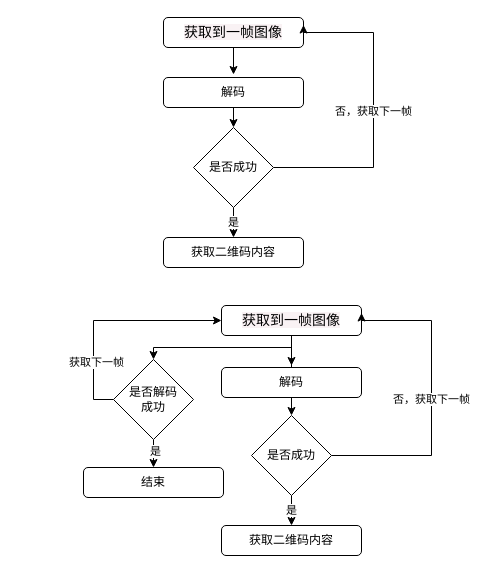
Above: scan_paral.drawio in 458556778/zp (draw.io), before the change. Source tidied: cells renumbered, new cells numbered last; positions are measured from the earlier drawing's top-left corner, leaving out a move shared by most shapes. Both pictures are drawn from the tidied source at 100%, with x=0, y=0 at pixel (83, 17).
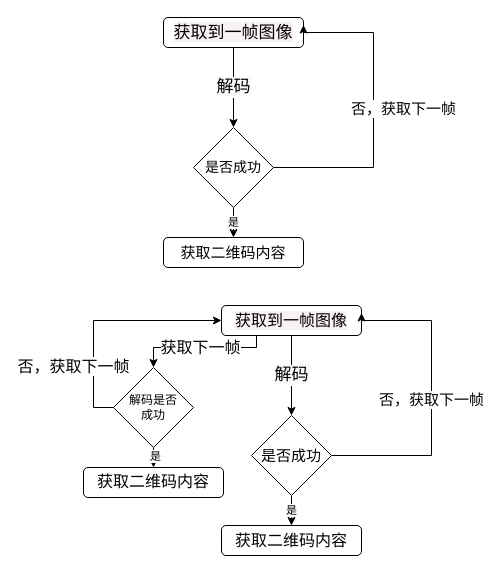
The same page after the edit.

Unchanged cells that the change refers to:
```xml
<mxCell id="21" style="edgeStyle=orthogonalEdgeStyle;rounded=0;jettySize=auto;html=1;exitX=0;exitY=0.5;exitDx=0;exitDy=0;entryX=0;entryY=0.5;entryDx=0;entryDy=0;" parent="1" edge="1" source="23" target="11">
  <mxGeometry relative="1" as="geometry" />
</mxCell>
```

The edit, as a diff of the source:
```diff
@@
-    <mxCell id="2" value="&lt;span style=&quot;font-family: &amp;#34;source code pro&amp;#34; , &amp;#34;dejavu sans mono&amp;#34; , &amp;#34;ubuntu mono&amp;#34; , &amp;#34;anonymous pro&amp;#34; , &amp;#34;droid sans mono&amp;#34; , &amp;#34;menlo&amp;#34; , &amp;#34;monaco&amp;#34; , &amp;#34;consolas&amp;#34; , &amp;#34;inconsolata&amp;#34; , &amp;#34;courier&amp;#34; , monospace , &amp;#34;pingfang sc&amp;#34; , &amp;#34;microsoft yahei&amp;#34; , sans-serif ; font-size: 14px ; background-color: rgb(249 , 242 , 244)&quot;&gt;获取到一帧图像&lt;br&gt;&lt;/span&gt;" style="rounded=1;whiteSpace=wrap;html=1;fontSize=12;glass=0;strokeWidth=1;shadow=0;" parent="1" vertex="1">
+    <mxCell id="2" value="&lt;span style=&quot;font-family: &amp;quot;source code pro&amp;quot;, &amp;quot;dejavu sans mono&amp;quot;, &amp;quot;ubuntu mono&amp;quot;, &amp;quot;anonymous pro&amp;quot;, &amp;quot;droid sans mono&amp;quot;, menlo, monaco, consolas, inconsolata, courier, monospace, &amp;quot;pingfang sc&amp;quot;, &amp;quot;microsoft yahei&amp;quot;, sans-serif; font-size: 17px; background-color: rgb(249, 242, 244);&quot;&gt;获取到一帧图像&lt;br style=&quot;font-size: 17px;&quot;&gt;&lt;/span&gt;" style="rounded=1;whiteSpace=wrap;html=1;fontSize=17;glass=0;strokeWidth=1;shadow=0;" parent="1" vertex="1">
       <mxGeometry x="80" width="140" height="30" as="geometry" />
     </mxCell>
-    <mxCell id="3" value="解码" style="rounded=1;whiteSpace=wrap;html=1;fontSize=12;glass=0;strokeWidth=1;shadow=0;" parent="1" vertex="1">
-      <mxGeometry x="80" y="60" width="140" height="30" as="geometry" />
-    </mxCell>
-    <mxCell id="4" value="否，获取下一帧" style="edgeStyle=orthogonalEdgeStyle;rounded=0;jettySize=auto;html=1;exitX=1;exitY=0.5;exitDx=0;exitDy=0;entryX=1;entryY=0.25;entryDx=0;entryDy=0;" parent="1" edge="1" source="9" target="2">
-      <mxGeometry relative="1" as="geometry">
+    <mxCell id="4" value="否，获取下一帧" style="edgeStyle=orthogonalEdgeStyle;rounded=0;jettySize=auto;html=1;exitX=1;exitY=0.5;exitDx=0;exitDy=0;entryX=1;entryY=0.25;entryDx=0;entryDy=0;fontSize=15;" parent="1" edge="1" source="9" target="2">
+      <mxGeometry x="0.02" y="-30" relative="1" as="geometry">
         <Array as="points">
           <mxPoint x="290" y="150" />
           <mxPoint x="290" y="15" />
           <mxPoint x="220" y="15" />
         </Array>
       </mxGeometry>
     </mxCell>
-    <mxCell id="5" value="获取二维码内容" style="rounded=1;whiteSpace=wrap;html=1;fontSize=12;glass=0;strokeWidth=1;shadow=0;" parent="1" vertex="1">
+    <mxCell id="5" value="获取二维码内容" style="rounded=1;whiteSpace=wrap;html=1;fontSize=15;glass=0;strokeWidth=1;shadow=0;" parent="1" vertex="1">
       <mxGeometry x="80" y="220" width="140" height="30" as="geometry" />
     </mxCell>
-    <mxCell id="6" style="edgeStyle=orthogonalEdgeStyle;rounded=0;jettySize=auto;html=1;exitX=0.5;exitY=1;exitDx=0;exitDy=0;entryX=0.5;entryY=0;entryDx=0;entryDy=0;" parent="1" edge="1" source="2">
-      <mxGeometry relative="1" as="geometry">
-        <mxPoint x="150" y="57" as="targetPoint" />
-      </mxGeometry>
-    </mxCell>
-    <mxCell id="7" style="edgeStyle=orthogonalEdgeStyle;rounded=0;jettySize=auto;html=1;exitX=0.5;exitY=1;exitDx=0;exitDy=0;entryX=0.5;entryY=0;entryDx=0;entryDy=0;" parent="1" edge="1" source="3" target="9">
+    <mxCell id="7" value="&lt;span style=&quot;font-size: 17px ; background-color: rgb(248 , 249 , 250)&quot;&gt;解码&lt;/span&gt;" style="edgeStyle=orthogonalEdgeStyle;rounded=0;jettySize=auto;html=1;exitX=0.5;exitY=1;exitDx=0;exitDy=0;entryX=0.5;entryY=0;entryDx=0;entryDy=0;" parent="1" edge="1" source="2" target="9">
       <mxGeometry relative="1" as="geometry" />
     </mxCell>
@@
-    <mxCell id="9" value="是否成功" style="rhombus;whiteSpace=wrap;html=1;" parent="1" vertex="1">
+    <mxCell id="9" value="是否成功" style="rhombus;whiteSpace=wrap;html=1;fontSize=14;" parent="1" vertex="1">
       <mxGeometry x="110" y="110" width="80" height="80" as="geometry" />
     </mxCell>
-    <mxCell id="10" style="edgeStyle=orthogonalEdgeStyle;rounded=0;jettySize=auto;html=1;exitX=0.5;exitY=1;exitDx=0;exitDy=0;" parent="1" edge="1" source="11">
-      <mxGeometry relative="1" as="geometry">
-        <mxPoint x="208" y="348" as="targetPoint" />
-      </mxGeometry>
+    <mxCell id="10" value="&lt;span style=&quot;font-size: 17px ; background-color: rgb(248 , 249 , 250)&quot;&gt;解码&lt;/span&gt;" style="edgeStyle=orthogonalEdgeStyle;rounded=0;jettySize=auto;html=1;exitX=0.5;exitY=1;exitDx=0;exitDy=0;entryX=0.5;entryY=0;entryDx=0;entryDy=0;" parent="1" edge="1" source="11" target="18">
+      <mxGeometry relative="1" as="geometry" />
     </mxCell>
+    <mxCell id="25" value="获取下一帧" style="edgeStyle=orthogonalEdgeStyle;rounded=0;jettySize=auto;html=1;exitX=0.25;exitY=1;exitDx=0;exitDy=0;entryX=0.5;entryY=0;entryDx=0;entryDy=0;fontSize=16;" parent="1" edge="1" source="11" target="23">
+      <mxGeometry relative="1" as="geometry">
+        <Array as="points">
+          <mxPoint x="173" y="330" />
+          <mxPoint x="70" y="330" />
+        </Array>
+      </mxGeometry>
+    </mxCell>
-    <mxCell id="11" value="&lt;span style=&quot;font-family: &amp;#34;source code pro&amp;#34; , &amp;#34;dejavu sans mono&amp;#34; , &amp;#34;ubuntu mono&amp;#34; , &amp;#34;anonymous pro&amp;#34; , &amp;#34;droid sans mono&amp;#34; , &amp;#34;menlo&amp;#34; , &amp;#34;monaco&amp;#34; , &amp;#34;consolas&amp;#34; , &amp;#34;inconsolata&amp;#34; , &amp;#34;courier&amp;#34; , monospace , &amp;#34;pingfang sc&amp;#34; , &amp;#34;microsoft yahei&amp;#34; , sans-serif ; font-size: 14px ; background-color: rgb(249 , 242 , 244)&quot;&gt;获取到一帧图像&lt;br&gt;&lt;/span&gt;" style="rounded=1;whiteSpace=wrap;html=1;fontSize=12;glass=0;strokeWidth=1;shadow=0;" parent="1" vertex="1">
+    <mxCell id="11" value="&lt;span style=&quot;font-family: &amp;quot;source code pro&amp;quot;, &amp;quot;dejavu sans mono&amp;quot;, &amp;quot;ubuntu mono&amp;quot;, &amp;quot;anonymous pro&amp;quot;, &amp;quot;droid sans mono&amp;quot;, menlo, monaco, consolas, inconsolata, courier, monospace, &amp;quot;pingfang sc&amp;quot;, &amp;quot;microsoft yahei&amp;quot;, sans-serif; font-size: 16px; background-color: rgb(249, 242, 244);&quot;&gt;获取到一帧图像&lt;br style=&quot;font-size: 16px;&quot;&gt;&lt;/span&gt;" style="rounded=1;whiteSpace=wrap;html=1;fontSize=16;glass=0;strokeWidth=1;shadow=0;" parent="1" vertex="1">
       <mxGeometry x="138" y="288" width="140" height="30" as="geometry" />
     </mxCell>
-    <mxCell id="12" style="edgeStyle=orthogonalEdgeStyle;rounded=0;jettySize=auto;html=1;exitX=0.5;exitY=0;exitDx=0;exitDy=0;entryX=0.5;entryY=0;entryDx=0;entryDy=0;" parent="1" edge="1" source="13" target="23">
-      <mxGeometry relative="1" as="geometry" />
-    </mxCell>
-    <mxCell id="13" value="解码" style="rounded=1;whiteSpace=wrap;html=1;fontSize=12;glass=0;strokeWidth=1;shadow=0;" parent="1" vertex="1">
-      <mxGeometry x="138" y="350" width="140" height="30" as="geometry" />
-    </mxCell>
-    <mxCell id="14" value="否，获取下一帧" style="edgeStyle=orthogonalEdgeStyle;rounded=0;jettySize=auto;html=1;exitX=1;exitY=0.5;exitDx=0;exitDy=0;entryX=1;entryY=0.25;entryDx=0;entryDy=0;" parent="1" edge="1" source="18" target="11">
+    <mxCell id="14" value="&lt;font style=&quot;font-size: 15px&quot;&gt;否，获取下一帧&lt;/font&gt;" style="edgeStyle=orthogonalEdgeStyle;rounded=0;jettySize=auto;html=1;exitX=1;exitY=0.5;exitDx=0;exitDy=0;entryX=1;entryY=0.25;entryDx=0;entryDy=0;" parent="1" edge="1" source="18" target="11">
       <mxGeometry relative="1" as="geometry">
         <Array as="points">
           <mxPoint x="348" y="438" />
           <mxPoint x="348" y="303" />
           <mxPoint x="278" y="303" />
         </Array>
       </mxGeometry>
     </mxCell>
-    <mxCell id="15" value="获取二维码内容" style="rounded=1;whiteSpace=wrap;html=1;fontSize=12;glass=0;strokeWidth=1;shadow=0;" parent="1" vertex="1">
+    <mxCell id="15" value="获取二维码内容" style="rounded=1;whiteSpace=wrap;html=1;fontSize=16;glass=0;strokeWidth=1;shadow=0;" parent="1" vertex="1">
       <mxGeometry x="138" y="508" width="140" height="30" as="geometry" />
     </mxCell>
-    <mxCell id="16" style="edgeStyle=orthogonalEdgeStyle;rounded=0;jettySize=auto;html=1;exitX=0.5;exitY=1;exitDx=0;exitDy=0;entryX=0.5;entryY=0;entryDx=0;entryDy=0;" parent="1" edge="1" source="13" target="18">
-      <mxGeometry relative="1" as="geometry" />
-    </mxCell>
@@
-    <mxCell id="18" value="是否成功" style="rhombus;whiteSpace=wrap;html=1;" parent="1" vertex="1">
+    <mxCell id="18" value="是否成功" style="rhombus;whiteSpace=wrap;html=1;fontSize=15;" parent="1" vertex="1">
       <mxGeometry x="168" y="398" width="80" height="80" as="geometry" />
     </mxCell>
-    <mxCell id="19" style="edgeStyle=orthogonalEdgeStyle;rounded=0;jettySize=auto;html=1;exitX=0.5;exitY=1;exitDx=0;exitDy=0;entryX=0.5;entryY=0;entryDx=0;entryDy=0;" parent="1" edge="1" source="23" target="24">
+    <mxCell id="19" style="edgeStyle=orthogonalEdgeStyle;rounded=0;jettySize=auto;html=1;exitX=0.5;exitY=1;exitDx=0;exitDy=0;entryX=0.5;entryY=0;entryDx=0;entryDy=0;fontSize=16;" parent="1" edge="1" source="23" target="24">
       <mxGeometry relative="1" as="geometry" />
     </mxCell>
@@
-    <mxCell id="22" value="获取下一帧" style="edgeLabel;html=1;align=center;verticalAlign=middle;" parent="21" vertex="1">
-      <mxGeometry x="-0.49" y="-2" relative="1" as="geometry" />
+    <mxCell id="22" value="否，获取下一帧" style="edgeLabel;html=1;align=center;verticalAlign=middle;fontSize=16;" parent="21" vertex="1">
+      <mxGeometry x="-0.49" y="-2" relative="1" as="geometry">
+        <mxPoint x="-23" y="-2" as="offset" />
+      </mxGeometry>
     </mxCell>
-    <mxCell id="23" value="是否解码&lt;br&gt;成功" style="rhombus;whiteSpace=wrap;html=1;" parent="1" vertex="1">
-      <mxGeometry x="30" y="342" width="80" height="80" as="geometry" />
+    <mxCell id="23" value="解码是否&lt;br&gt;成功" style="rhombus;whiteSpace=wrap;html=1;" parent="1" vertex="1">
+      <mxGeometry x="30" y="350" width="80" height="80" as="geometry" />
     </mxCell>
-    <mxCell id="24" value="结束" style="rounded=1;whiteSpace=wrap;html=1;fontSize=12;glass=0;strokeWidth=1;shadow=0;" parent="1" vertex="1">
+    <mxCell id="24" value="&lt;span style=&quot;font-size: 16px&quot;&gt;获取二维码内容&lt;/span&gt;" style="rounded=1;whiteSpace=wrap;html=1;fontSize=17;glass=0;strokeWidth=1;shadow=0;" parent="1" vertex="1">
       <mxGeometry y="450" width="140" height="30" as="geometry" />
     </mxCell>
```
